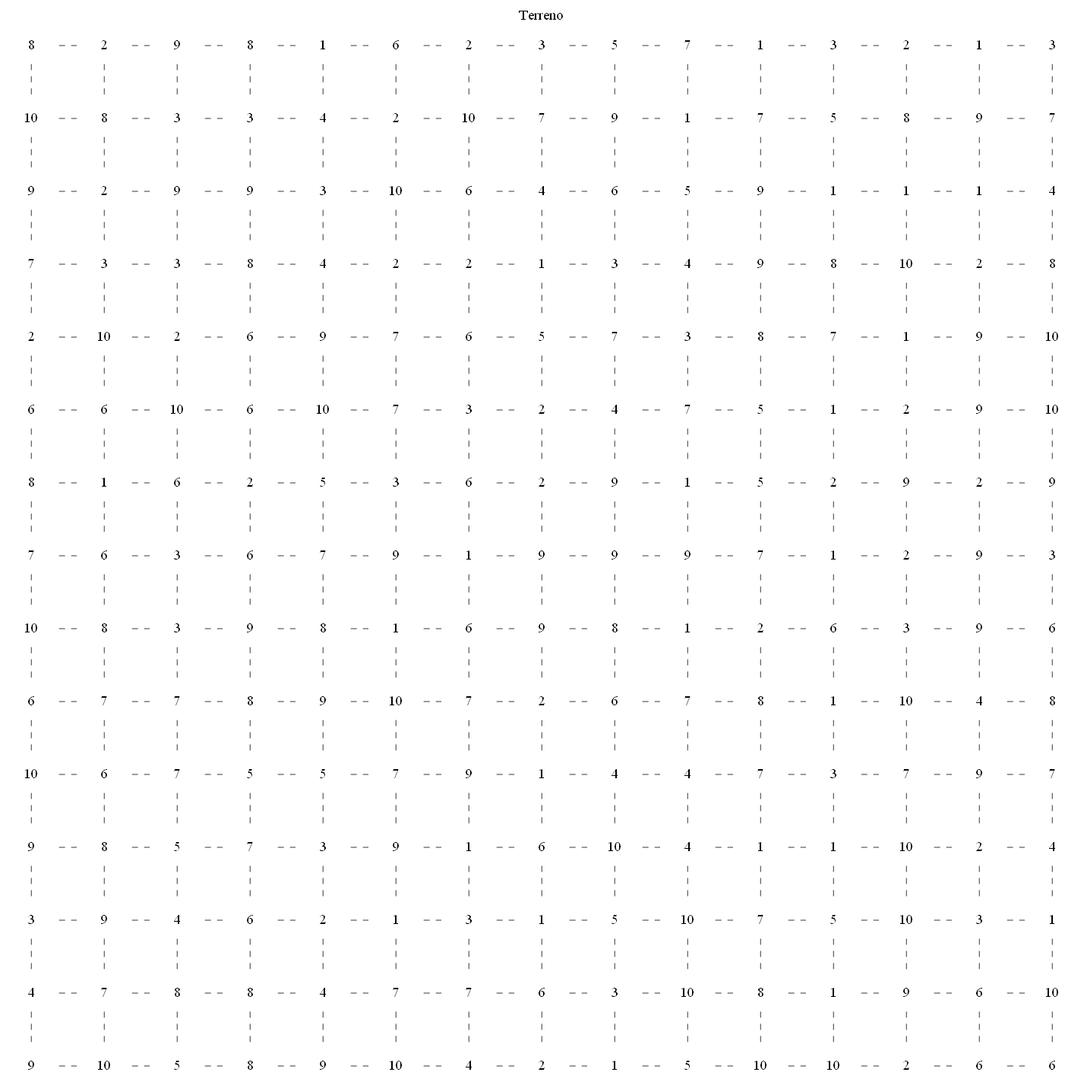
erick-alvarado/IPC2-P1 keeps this Graphviz diagram as Proyecto 1/Proyecto 1/graphviz.png. Above is the earlier version. Its source is kept beside it as Proyecto 1/Proyecto 1/graphviz.dot.
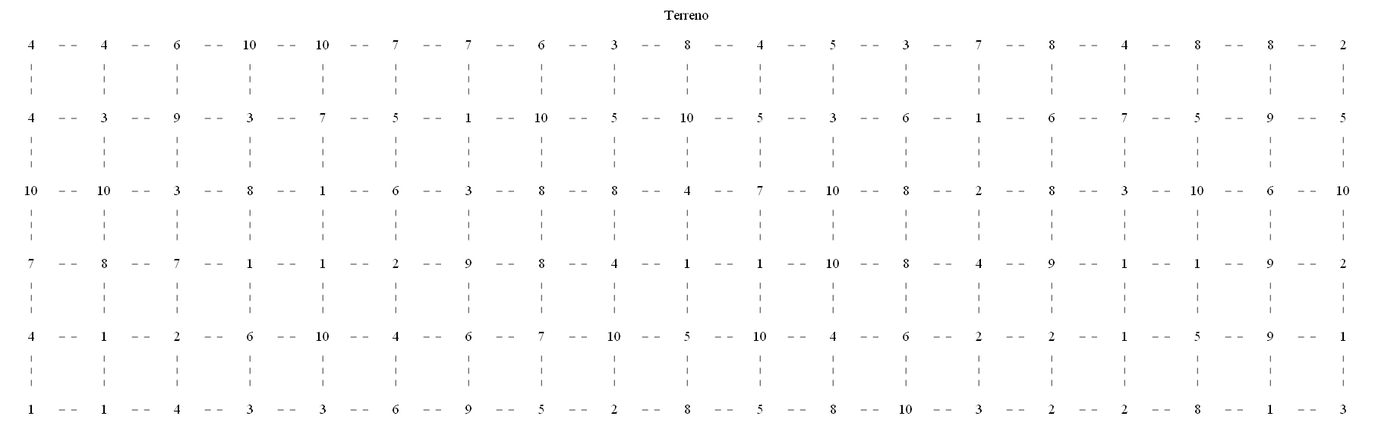
After the commit.

Commit message:
Intento graphviz

What changed in the source:
```diff
@@ -7,244 +7,143 @@
 
 	        edge [weight=1000 style=dashed color=dimgrey]
 
-         A0_0[ label = "8"]
-  A1_0[ label = "2"]
-  A2_0[ label = "9"]
-  A3_0[ label = "8"]
-  A4_0[ label = "1"]
-  A5_0[ label = "6"]
-  A6_0[ label = "2"]
-  A7_0[ label = "3"]
-  A8_0[ label = "5"]
-  A9_0[ label = "7"]
-  A10_0[ label = "1"]
-  A11_0[ label = "3"]
-  A12_0[ label = "2"]
-  A13_0[ label = "1"]
-  A14_0[ label = "3"]
-  A0_1[ label = "10"]
-  A1_1[ label = "8"]
-  A2_1[ label = "3"]
-  A3_1[ label = "3"]
-  A4_1[ label = "4"]
-  A5_1[ label = "2"]
-  A6_1[ label = "10"]
-  A7_1[ label = "7"]
-  A8_1[ label = "9"]
-  A9_1[ label = "1"]
-  A10_1[ label = "7"]
-  A11_1[ label = "5"]
-  A12_1[ label = "8"]
-  A13_1[ label = "9"]
-  A14_1[ label = "7"]
-  A0_2[ label = "9"]
-  A1_2[ label = "2"]
-  A2_2[ label = "9"]
-  A3_2[ label = "9"]
-  A4_2[ label = "3"]
-  A5_2[ label = "10"]
-  A6_2[ label = "6"]
-  A7_2[ label = "4"]
-  A8_2[ label = "6"]
-  A9_2[ label = "5"]
-  A10_2[ label = "9"]
-  A11_2[ label = "1"]
-  A12_2[ label = "1"]
-  A13_2[ label = "1"]
-  A14_2[ label = "4"]
-  A0_3[ label = "7"]
+         A0_0[ label = "4"]
+  A1_0[ label = "4"]
+  A2_0[ label = "10"]
+  A3_0[ label = "7"]
+  A4_0[ label = "4"]
+  A5_0[ label = "1"]
+  A0_1[ label = "4"]
+  A1_1[ label = "3"]
+  A2_1[ label = "10"]
+  A3_1[ label = "8"]
+  A4_1[ label = "1"]
+  A5_1[ label = "1"]
+  A0_2[ label = "6"]
+  A1_2[ label = "9"]
+  A2_2[ label = "3"]
+  A3_2[ label = "7"]
+  A4_2[ label = "2"]
+  A5_2[ label = "4"]
+  A0_3[ label = "10"]
   A1_3[ label = "3"]
-  A2_3[ label = "3"]
-  A3_3[ label = "8"]
-  A4_3[ label = "4"]
-  A5_3[ label = "2"]
-  A6_3[ label = "2"]
-  A7_3[ label = "1"]
-  A8_3[ label = "3"]
-  A9_3[ label = "4"]
-  A10_3[ label = "9"]
-  A11_3[ label = "8"]
-  A12_3[ label = "10"]
-  A13_3[ label = "2"]
-  A14_3[ label = "8"]
-  A0_4[ label = "2"]
-  A1_4[ label = "10"]
-  A2_4[ label = "2"]
-  A3_4[ label = "6"]
-  A4_4[ label = "9"]
-  A5_4[ label = "7"]
-  A6_4[ label = "6"]
-  A7_4[ label = "5"]
-  A8_4[ label = "7"]
-  A9_4[ label = "3"]
-  A10_4[ label = "8"]
-  A11_4[ label = "7"]
-  A12_4[ label = "1"]
-  A13_4[ label = "9"]
-  A14_4[ label = "10"]
-  A0_5[ label = "6"]
-  A1_5[ label = "6"]
-  A2_5[ label = "10"]
-  A3_5[ label = "6"]
-  A4_5[ label = "10"]
-  A5_5[ label = "7"]
-  A6_5[ label = "3"]
-  A7_5[ label = "2"]
-  A8_5[ label = "4"]
-  A9_5[ label = "7"]
-  A10_5[ label = "5"]
-  A11_5[ label = "1"]
-  A12_5[ label = "2"]
-  A13_5[ label = "9"]
-  A14_5[ label = "10"]
-  A0_6[ label = "8"]
+  A2_3[ label = "8"]
+  A3_3[ label = "1"]
+  A4_3[ label = "6"]
+  A5_3[ label = "3"]
+  A0_4[ label = "10"]
+  A1_4[ label = "7"]
+  A2_4[ label = "1"]
+  A3_4[ label = "1"]
+  A4_4[ label = "10"]
+  A5_4[ label = "3"]
+  A0_5[ label = "7"]
+  A1_5[ label = "5"]
+  A2_5[ label = "6"]
+  A3_5[ label = "2"]
+  A4_5[ label = "4"]
+  A5_5[ label = "6"]
+  A0_6[ label = "7"]
   A1_6[ label = "1"]
-  A2_6[ label = "6"]
-  A3_6[ label = "2"]
-  A4_6[ label = "5"]
-  A5_6[ label = "3"]
-  A6_6[ label = "6"]
-  A7_6[ label = "2"]
-  A8_6[ label = "9"]
-  A9_6[ label = "1"]
-  A10_6[ label = "5"]
-  A11_6[ label = "2"]
-  A12_6[ label = "9"]
-  A13_6[ label = "2"]
-  A14_6[ label = "9"]
-  A0_7[ label = "7"]
-  A1_7[ label = "6"]
-  A2_7[ label = "3"]
-  A3_7[ label = "6"]
+  A2_6[ label = "3"]
+  A3_6[ label = "9"]
+  A4_6[ label = "6"]
+  A5_6[ label = "9"]
+  A0_7[ label = "6"]
+  A1_7[ label = "10"]
+  A2_7[ label = "8"]
+  A3_7[ label = "8"]
   A4_7[ label = "7"]
-  A5_7[ label = "9"]
-  A6_7[ label = "1"]
-  A7_7[ label = "9"]
-  A8_7[ label = "9"]
-  A9_7[ label = "9"]
-  A10_7[ label = "7"]
-  A11_7[ label = "1"]
-  A12_7[ label = "2"]
-  A13_7[ label = "9"]
-  A14_7[ label = "3"]
-  A0_8[ label = "10"]
-  A1_8[ label = "8"]
-  A2_8[ label = "3"]
-  A3_8[ label = "9"]
-  A4_8[ label = "8"]
-  A5_8[ label = "1"]
-  A6_8[ label = "6"]
-  A7_8[ label = "9"]
-  A8_8[ label = "8"]
-  A9_8[ label = "1"]
-  A10_8[ label = "2"]
-  A11_8[ label = "6"]
-  A12_8[ label = "3"]
-  A13_8[ label = "9"]
-  A14_8[ label = "6"]
-  A0_9[ label = "6"]
-  A1_9[ label = "7"]
-  A2_9[ label = "7"]
-  A3_9[ label = "8"]
-  A4_9[ label = "9"]
-  A5_9[ label = "10"]
-  A6_9[ label = "7"]
-  A7_9[ label = "2"]
-  A8_9[ label = "6"]
-  A9_9[ label = "7"]
-  A10_9[ label = "8"]
-  A11_9[ label = "1"]
-  A12_9[ label = "10"]
-  A13_9[ label = "4"]
-  A14_9[ label = "8"]
-  A0_10[ label = "10"]
-  A1_10[ label = "6"]
+  A5_7[ label = "5"]
+  A0_8[ label = "3"]
+  A1_8[ label = "5"]
+  A2_8[ label = "8"]
+  A3_8[ label = "4"]
+  A4_8[ label = "10"]
+  A5_8[ label = "2"]
+  A0_9[ label = "8"]
+  A1_9[ label = "10"]
+  A2_9[ label = "4"]
+  A3_9[ label = "1"]
+  A4_9[ label = "5"]
+  A5_9[ label = "8"]
+  A0_10[ label = "4"]
+  A1_10[ label = "5"]
   A2_10[ label = "7"]
-  A3_10[ label = "5"]
-  A4_10[ label = "5"]
-  A5_10[ label = "7"]
-  A6_10[ label = "9"]
-  A7_10[ label = "1"]
-  A8_10[ label = "4"]
-  A9_10[ label = "4"]
-  A10_10[ label = "7"]
-  A11_10[ label = "3"]
-  A12_10[ label = "7"]
-  A13_10[ label = "9"]
-  A14_10[ label = "7"]
-  A0_11[ label = "9"]
-  A1_11[ label = "8"]
-  A2_11[ label = "5"]
-  A3_11[ label = "7"]
-  A4_11[ label = "3"]
-  A5_11[ label = "9"]
-  A6_11[ label = "1"]
-  A7_11[ label = "6"]
-  A8_11[ label = "10"]
-  A9_11[ label = "4"]
-  A10_11[ label = "1"]
-  A11_11[ label = "1"]
-  A12_11[ label = "10"]
-  A13_11[ label = "2"]
-  A14_11[ label = "4"]
+  A3_10[ label = "1"]
+  A4_10[ label = "10"]
+  A5_10[ label = "5"]
+  A0_11[ label = "5"]
+  A1_11[ label = "3"]
+  A2_11[ label = "10"]
+  A3_11[ label = "10"]
+  A4_11[ label = "4"]
+  A5_11[ label = "8"]
   A0_12[ label = "3"]
-  A1_12[ label = "9"]
-  A2_12[ label = "4"]
-  A3_12[ label = "6"]
-  A4_12[ label = "2"]
-  A5_12[ label = "1"]
-  A6_12[ label = "3"]
-  A7_12[ label = "1"]
-  A8_12[ label = "5"]
-  A9_12[ label = "10"]
-  A10_12[ label = "7"]
-  A11_12[ label = "5"]
-  A12_12[ label = "10"]
-  A13_12[ label = "3"]
-  A14_12[ label = "1"]
-  A0_13[ label = "4"]
-  A1_13[ label = "7"]
-  A2_13[ label = "8"]
-  A3_13[ label = "8"]
-  A4_13[ label = "4"]
-  A5_13[ label = "7"]
-  A6_13[ label = "7"]
-  A7_13[ label = "6"]
-  A8_13[ label = "3"]
-  A9_13[ label = "10"]
-  A10_13[ label = "8"]
-  A11_13[ label = "1"]
-  A12_13[ label = "9"]
-  A13_13[ label = "6"]
-  A14_13[ label = "10"]
-  A0_14[ label = "9"]
-  A1_14[ label = "10"]
-  A2_14[ label = "5"]
-  A3_14[ label = "8"]
-  A4_14[ label = "9"]
-  A5_14[ label = "10"]
-  A6_14[ label = "4"]
-  A7_14[ label = "2"]
-  A8_14[ label = "1"]
-  A9_14[ label = "5"]
-  A10_14[ label = "10"]
-  A11_14[ label = "10"]
-  A12_14[ label = "2"]
-  A13_14[ label = "6"]
-  A14_14[ label = "6"]
-  A0_0 --  A0_1 --  A0_2 --  A0_3 --  A0_4 --  A0_5 --  A0_6 --  A0_7 --  A0_8 --  A0_9 --  A0_10 --  A0_11 --  A0_12 --  A0_13 --  A0_14
-  A1_0 --  A1_1 --  A1_2 --  A1_3 --  A1_4 --  A1_5 --  A1_6 --  A1_7 --  A1_8 --  A1_9 --  A1_10 --  A1_11 --  A1_12 --  A1_13 --  A1_14
-  A2_0 --  A2_1 --  A2_2 --  A2_3 --  A2_4 --  A2_5 --  A2_6 --  A2_7 --  A2_8 --  A2_9 --  A2_10 --  A2_11 --  A2_12 --  A2_13 --  A2_14
-  A3_0 --  A3_1 --  A3_2 --  A3_3 --  A3_4 --  A3_5 --  A3_6 --  A3_7 --  A3_8 --  A3_9 --  A3_10 --  A3_11 --  A3_12 --  A3_13 --  A3_14
-  A4_0 --  A4_1 --  A4_2 --  A4_3 --  A4_4 --  A4_5 --  A4_6 --  A4_7 --  A4_8 --  A4_9 --  A4_10 --  A4_11 --  A4_12 --  A4_13 --  A4_14
-  A5_0 --  A5_1 --  A5_2 --  A5_3 --  A5_4 --  A5_5 --  A5_6 --  A5_7 --  A5_8 --  A5_9 --  A5_10 --  A5_11 --  A5_12 --  A5_13 --  A5_14
-  A6_0 --  A6_1 --  A6_2 --  A6_3 --  A6_4 --  A6_5 --  A6_6 --  A6_7 --  A6_8 --  A6_9 --  A6_10 --  A6_11 --  A6_12 --  A6_13 --  A6_14
-  A7_0 --  A7_1 --  A7_2 --  A7_3 --  A7_4 --  A7_5 --  A7_6 --  A7_7 --  A7_8 --  A7_9 --  A7_10 --  A7_11 --  A7_12 --  A7_13 --  A7_14
-  A8_0 --  A8_1 --  A8_2 --  A8_3 --  A8_4 --  A8_5 --  A8_6 --  A8_7 --  A8_8 --  A8_9 --  A8_10 --  A8_11 --  A8_12 --  A8_13 --  A8_14
-  A9_0 --  A9_1 --  A9_2 --  A9_3 --  A9_4 --  A9_5 --  A9_6 --  A9_7 --  A9_8 --  A9_9 --  A9_10 --  A9_11 --  A9_12 --  A9_13 --  A9_14
-  A10_0 --  A10_1 --  A10_2 --  A10_3 --  A10_4 --  A10_5 --  A10_6 --  A10_7 --  A10_8 --  A10_9 --  A10_10 --  A10_11 --  A10_12 --  A10_13 --  A10_14
-  A11_0 --  A11_1 --  A11_2 --  A11_3 --  A11_4 --  A11_5 --  A11_6 --  A11_7 --  A11_8 --  A11_9 --  A11_10 --  A11_11 --  A11_12 --  A11_13 --  A11_14
-  A12_0 --  A12_1 --  A12_2 --  A12_3 --  A12_4 --  A12_5 --  A12_6 --  A12_7 --  A12_8 --  A12_9 --  A12_10 --  A12_11 --  A12_12 --  A12_13 --  A12_14
-  A13_0 --  A13_1 --  A13_2 --  A13_3 --  A13_4 --  A13_5 --  A13_6 --  A13_7 --  A13_8 --  A13_9 --  A13_10 --  A13_11 --  A13_12 --  A13_13 --  A13_14
-  A14_0 --  A14_1 --  A14_2 --  A14_3 --  A14_4 --  A14_5 --  A14_6 --  A14_7 --  A14_8 --  A14_9 --  A14_10 --  A14_11 --  A14_12 --  A14_13 --  A14_14
-  rank=same {A0_0 -- A1_0 -- A2_0 -- A3_0 -- A4_0 -- A5_0 -- A6_0 -- A7_0 -- A8_0 -- A9_0 -- A10_0 -- A11_0 -- A12_0 -- A13_0 -- A14_0} rank=same {A0_1 -- A1_1 -- A2_1 -- A3_1 -- A4_1 -- A5_1 -- A6_1 -- A7_1 -- A8_1 -- A9_1 -- A10_1 -- A11_1 -- A12_1 -- A13_1 -- A14_1} rank=same {A0_2 -- A1_2 -- A2_2 -- A3_2 -- A4_2 -- A5_2 -- A6_2 -- A7_2 -- A8_2 -- A9_2 -- A10_2 -- A11_2 -- A12_2 -- A13_2 -- A14_2} rank=same {A0_3 -- A1_3 -- A2_3 -- A3_3 -- A4_3 -- A5_3 -- A6_3 -- A7_3 -- A8_3 -- A9_3 -- A10_3 -- A11_3 -- A12_3 -- A13_3 -- A14_3} rank=same {A0_4 -- A1_4 -- A2_4 -- A3_4 -- A4_4 -- A5_4 -- A6_4 -- A7_4 -- A8_4 -- A9_4 -- A10_4 -- A11_4 -- A12_4 -- A13_4 -- A14_4} rank=same {A0_5 -- A1_5 -- A2_5 -- A3_5 -- A4_5 -- A5_5 -- A6_5 -- A7_5 -- A8_5 -- A9_5 -- A10_5 -- A11_5 -- A12_5 -- A13_5 -- A14_5} rank=same {A0_6 -- A1_6 -- A2_6 -- A3_6 -- A4_6 -- A5_6 -- A6_6 -- A7_6 -- A8_6 -- A9_6 -- A10_6 -- A11_6 -- A12_6 -- A13_6 -- A14_6} rank=same {A0_7 -- A1_7 -- A2_7 -- A3_7 -- A4_7 -- A5_7 -- A6_7 -- A7_7 -- A8_7 -- A9_7 -- A10_7 -- A11_7 -- A12_7 -- A13_7 -- A14_7} rank=same {A0_8 -- A1_8 -- A2_8 -- A3_8 -- A4_8 -- A5_8 -- A6_8 -- A7_8 -- A8_8 -- A9_8 -- A10_8 -- A11_8 -- A12_8 -- A13_8 -- A14_8} rank=same {A0_9 -- A1_9 -- A2_9 -- A3_9 -- A4_9 -- A5_9 -- A6_9 -- A7_9 -- A8_9 -- A9_9 -- A10_9 -- A11_9 -- A12_9 -- A13_9 -- A14_9} rank=same {A0_10 -- A1_10 -- A2_10 -- A3_10 -- A4_10 -- A5_10 -- A6_10 -- A7_10 -- A8_10 -- A9_10 -- A10_10 -- A11_10 -- A12_10 -- A13_10 -- A14_10} rank=same {A0_11 -- A1_11 -- A2_11 -- A3_11 -- A4_11 -- A5_11 -- A6_11 -- A7_11 -- A8_11 -- A9_11 -- A10_11 -- A11_11 -- A12_11 -- A13_11 -- A14_11} rank=same {A0_12 -- A1_12 -- A2_12 -- A3_12 -- A4_12 -- A5_12 -- A6_12 -- A7_12 -- A8_12 -- A9_12 -- A10_12 -- A11_12 -- A12_12 -- A13_12 -- A14_12} rank=same {A0_13 -- A1_13 -- A2_13 -- A3_13 -- A4_13 -- A5_13 -- A6_13 -- A7_13 -- A8_13 -- A9_13 -- A10_13 -- A11_13 -- A12_13 -- A13_13 -- A14_13} rank=same {A0_14 -- A1_14 -- A2_14 -- A3_14 -- A4_14 -- A5_14 -- A6_14 -- A7_14 -- A8_14 -- A9_14 -- A10_14 -- A11_14 -- A12_14 -- A13_14 -- A14_14}}
+  A1_12[ label = "6"]
+  A2_12[ label = "8"]
+  A3_12[ label = "8"]
+  A4_12[ label = "6"]
+  A5_12[ label = "10"]
+  A0_13[ label = "7"]
+  A1_13[ label = "1"]
+  A2_13[ label = "2"]
+  A3_13[ label = "4"]
+  A4_13[ label = "2"]
+  A5_13[ label = "3"]
+  A0_14[ label = "8"]
+  A1_14[ label = "6"]
+  A2_14[ label = "8"]
+  A3_14[ label = "9"]
+  A4_14[ label = "2"]
+  A5_14[ label = "2"]
+  A0_15[ label = "4"]
+  A1_15[ label = "7"]
+  A2_15[ label = "3"]
+  A3_15[ label = "1"]
+  A4_15[ label = "1"]
+  A5_15[ label = "2"]
+  A0_16[ label = "8"]
+  A1_16[ label = "5"]
+  A2_16[ label = "10"]
+  A3_16[ label = "1"]
+  A4_16[ label = "5"]
+  A5_16[ label = "8"]
+  A0_17[ label = "8"]
+  A1_17[ label = "9"]
+  A2_17[ label = "6"]
+  A3_17[ label = "9"]
+  A4_17[ label = "9"]
+  A5_17[ label = "1"]
+  A0_18[ label = "2"]
+  A1_18[ label = "5"]
+  A2_18[ label = "10"]
+  A3_18[ label = "2"]
+  A4_18[ label = "1"]
+  A5_18[ label = "3"]
+  A0_0 --  A1_0 --  A2_0 --  A3_0 --  A4_0 --  A5_0
+  A0_1 --  A1_1 --  A2_1 --  A3_1 --  A4_1 --  A5_1
+  A0_2 --  A1_2 --  A2_2 --  A3_2 --  A4_2 --  A5_2
+  A0_3 --  A1_3 --  A2_3 --  A3_3 --  A4_3 --  A5_3
+  A0_4 --  A1_4 --  A2_4 --  A3_4 --  A4_4 --  A5_4
+  A0_5 --  A1_5 --  A2_5 --  A3_5 --  A4_5 --  A5_5
+  A0_6 --  A1_6 --  A2_6 --  A3_6 --  A4_6 --  A5_6
+  A0_7 --  A1_7 --  A2_7 --  A3_7 --  A4_7 --  A5_7
+  A0_8 --  A1_8 --  A2_8 --  A3_8 --  A4_8 --  A5_8
+  A0_9 --  A1_9 --  A2_9 --  A3_9 --  A4_9 --  A5_9
+  A0_10 --  A1_10 --  A2_10 --  A3_10 --  A4_10 --  A5_10
+  A0_11 --  A1_11 --  A2_11 --  A3_11 --  A4_11 --  A5_11
+  A0_12 --  A1_12 --  A2_12 --  A3_12 --  A4_12 --  A5_12
+  A0_13 --  A1_13 --  A2_13 --  A3_13 --  A4_13 --  A5_13
+  A0_14 --  A1_14 --  A2_14 --  A3_14 --  A4_14 --  A5_14
+  A0_15 --  A1_15 --  A2_15 --  A3_15 --  A4_15 --  A5_15
+  A0_16 --  A1_16 --  A2_16 --  A3_16 --  A4_16 --  A5_16
+  A0_17 --  A1_17 --  A2_17 --  A3_17 --  A4_17 --  A5_17
+  A0_18 --  A1_18 --  A2_18 --  A3_18 --  A4_18 --  A5_18
+  rank=same {A0_0 -- A0_1 -- A0_2 -- A0_3 -- A0_4 -- A0_5 -- A0_6 -- A0_7 -- A0_8 -- A0_9 -- A0_10 -- A0_11 -- A0_12 -- A0_13 -- A0_14 -- A0_15 -- A0_16 -- A0_17 -- A0_18}
+ rank=same {A1_0 -- A1_1 -- A1_2 -- A1_3 -- A1_4 -- A1_5 -- A1_6 -- A1_7 -- A1_8 -- A1_9 -- A1_10 -- A1_11 -- A1_12 -- A1_13 -- A1_14 -- A1_15 -- A1_16 -- A1_17 -- A1_18}
+ rank=same {A2_0 -- A2_1 -- A2_2 -- A2_3 -- A2_4 -- A2_5 -- A2_6 -- A2_7 -- A2_8 -- A2_9 -- A2_10 -- A2_11 -- A2_12 -- A2_13 -- A2_14 -- A2_15 -- A2_16 -- A2_17 -- A2_18}
+ rank=same {A3_0 -- A3_1 -- A3_2 -- A3_3 -- A3_4 -- A3_5 -- A3_6 -- A3_7 -- A3_8 -- A3_9 -- A3_10 -- A3_11 -- A3_12 -- A3_13 -- A3_14 -- A3_15 -- A3_16 -- A3_17 -- A3_18}
+ rank=same {A4_0 -- A4_1 -- A4_2 -- A4_3 -- A4_4 -- A4_5 -- A4_6 -- A4_7 -- A4_8 -- A4_9 -- A4_10 -- A4_11 -- A4_12 -- A4_13 -- A4_14 -- A4_15 -- A4_16 -- A4_17 -- A4_18}
+ rank=same {A5_0 -- A5_1 -- A5_2 -- A5_3 -- A5_4 -- A5_5 -- A5_6 -- A5_7 -- A5_8 -- A5_9 -- A5_10 -- A5_11 -- A5_12 -- A5_13 -- A5_14 -- A5_15 -- A5_16 -- A5_17 -- A5_18}
+}
```
